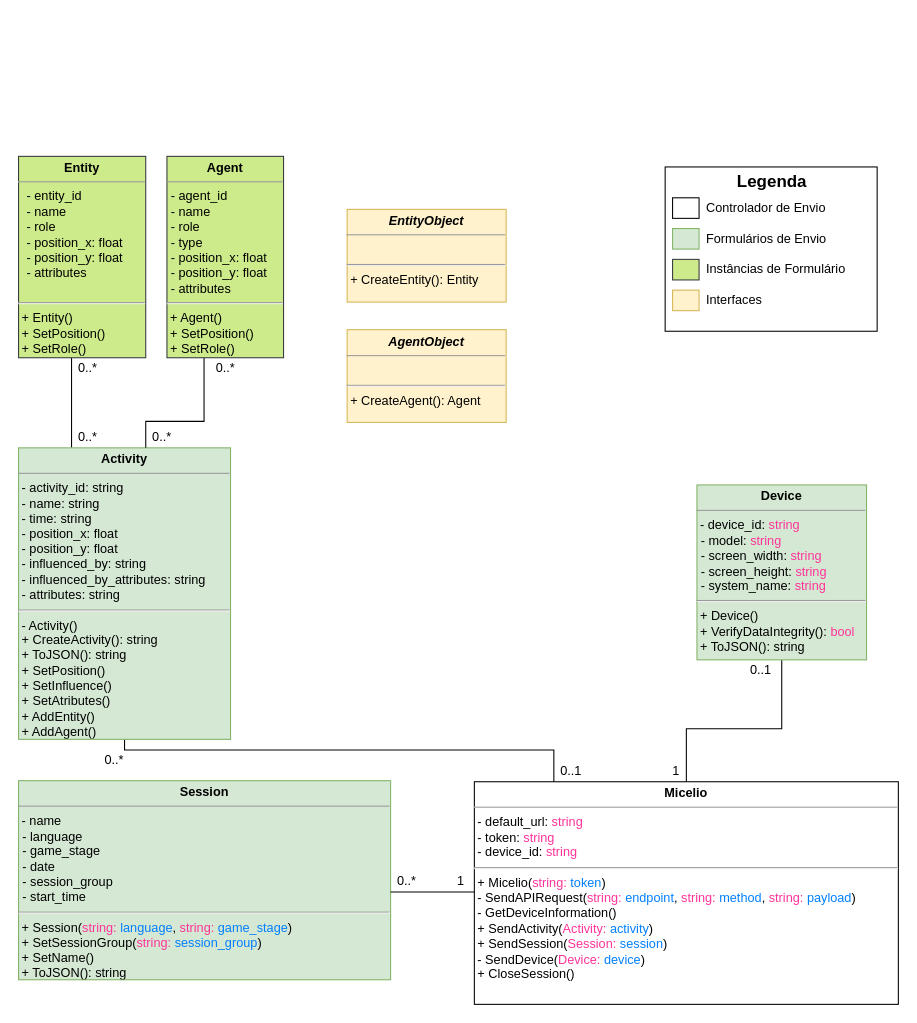
The draw.io diagram page "MicelioUnity Class Model" (5 of 6) of Documentation/Diagramas/Modelo De Dados Proveniencia.drawio in multisens/micelio, before the edit. Source tidied: cells renumbered, new cells numbered last; positions are measured from the earlier drawing's top-left corner, leaving out a move shared by most shapes. Both pictures are drawn from the tidied source at 106%, with x=0, y=0 at pixel (18, 18).
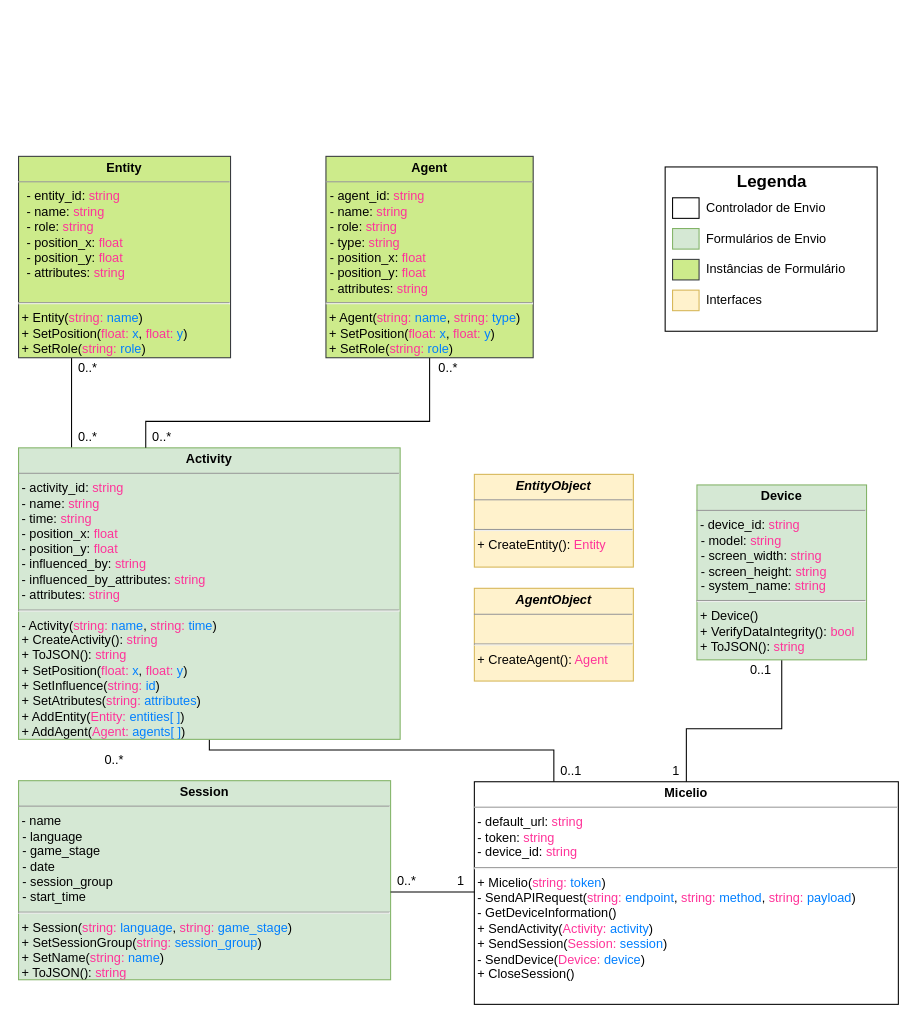
After the change.

Unchanged cells that the change refers to:
```xml
<mxCell id="15" style="group;" parent="1" vertex="1">
  <mxGeometry y="730" width="351" height="200" as="geometry" />
</mxCell>
```

Diff of the diagram source:
```diff
@@
-    <mxCell id="5" value="&lt;p style=&quot;margin: 0px ; margin-top: 4px ; text-align: center&quot;&gt;&lt;b&gt;Activity&lt;/b&gt;&lt;/p&gt;&lt;hr size=&quot;1&quot;&gt;&amp;nbsp;- activity_id: string&lt;br&gt;&amp;nbsp;- name: string&lt;br&gt;&amp;nbsp;- time: string&lt;br&gt;&amp;nbsp;- position_x: float&lt;br&gt;&amp;nbsp;- position_y: float&lt;br&gt;&amp;nbsp;- influenced_by: string&lt;br&gt;&amp;nbsp;- influenced_by_attributes: string&lt;br&gt;&amp;nbsp;- attributes: string&lt;br&gt;&lt;hr&gt;&amp;nbsp;- Activity()&lt;br&gt;&amp;nbsp;+ CreateActivity(): string&lt;br&gt;&amp;nbsp;+ ToJSON(): string&lt;br&gt;&amp;nbsp;+ SetPosition()&lt;br&gt;&amp;nbsp;+ SetInfluence()&lt;br&gt;&amp;nbsp;+ SetAtributes()&lt;br&gt;&amp;nbsp;+ AddEntity()&lt;br&gt;&amp;nbsp;+ AddAgent()" style="verticalAlign=top;align=left;overflow=fill;fontSize=12;fontFamily=Helvetica;html=1;glass=0;fillColor=#d5e8d4;strokeColor=#82b366;" parent="1" vertex="1">
-      <mxGeometry y="405" width="200" height="275" as="geometry" />
+    <mxCell id="5" value="&lt;p style=&quot;margin: 0px ; margin-top: 4px ; text-align: center&quot;&gt;&lt;b&gt;Activity&lt;/b&gt;&lt;/p&gt;&lt;hr size=&quot;1&quot;&gt;&amp;nbsp;- activity_id: &lt;font color=&quot;#ff3399&quot;&gt;string&lt;/font&gt;&lt;br&gt;&amp;nbsp;- name: &lt;font color=&quot;#ff3399&quot;&gt;string&lt;/font&gt;&lt;br&gt;&amp;nbsp;- time: &lt;font color=&quot;#ff3399&quot;&gt;string&lt;/font&gt;&lt;br&gt;&amp;nbsp;- position_x: &lt;font color=&quot;#ff3399&quot;&gt;float&lt;/font&gt;&lt;br&gt;&amp;nbsp;- position_y: &lt;font color=&quot;#ff3399&quot;&gt;float&lt;/font&gt;&lt;br&gt;&amp;nbsp;- influenced_by: &lt;font color=&quot;#ff3399&quot;&gt;string&lt;/font&gt;&lt;br&gt;&amp;nbsp;- influenced_by_attributes: &lt;font color=&quot;#ff3399&quot;&gt;string&lt;/font&gt;&lt;br&gt;&amp;nbsp;- attributes: &lt;font color=&quot;#ff3399&quot;&gt;string&lt;/font&gt;&lt;br&gt;&lt;hr&gt;&amp;nbsp;- Activity(&lt;span style=&quot;color: rgb(255 , 51 , 153)&quot;&gt;string:&amp;nbsp;&lt;/span&gt;&lt;font color=&quot;#007fff&quot;&gt;name&lt;/font&gt;,&amp;nbsp;&lt;span style=&quot;color: rgb(255 , 51 , 153)&quot;&gt;string:&amp;nbsp;&lt;/span&gt;&lt;font color=&quot;#007fff&quot;&gt;time&lt;/font&gt;)&lt;br&gt;&amp;nbsp;+ CreateActivity(): &lt;font color=&quot;#ff3399&quot;&gt;string&lt;/font&gt;&lt;br&gt;&amp;nbsp;+ ToJSON(): &lt;font color=&quot;#ff3399&quot;&gt;string&lt;/font&gt;&lt;br&gt;&amp;nbsp;+ SetPosition(&lt;span style=&quot;color: rgb(255 , 51 , 153)&quot;&gt;float:&amp;nbsp;&lt;/span&gt;&lt;font color=&quot;#007fff&quot;&gt;x&lt;/font&gt;,&amp;nbsp;&lt;span style=&quot;color: rgb(255 , 51 , 153)&quot;&gt;float:&amp;nbsp;&lt;/span&gt;&lt;font color=&quot;#007fff&quot;&gt;y&lt;/font&gt;)&lt;br&gt;&amp;nbsp;+ SetInfluence(&lt;span style=&quot;color: rgb(255 , 51 , 153)&quot;&gt;string:&amp;nbsp;&lt;/span&gt;&lt;font color=&quot;#007fff&quot;&gt;id&lt;/font&gt;)&lt;br&gt;&amp;nbsp;+ SetAtributes(&lt;span style=&quot;color: rgb(255 , 51 , 153)&quot;&gt;string:&amp;nbsp;&lt;/span&gt;&lt;font color=&quot;#007fff&quot;&gt;attributes&lt;/font&gt;)&lt;br&gt;&amp;nbsp;+ AddEntity(&lt;span style=&quot;color: rgb(255 , 51 , 153)&quot;&gt;Entity: &lt;/span&gt;&lt;font color=&quot;#007fff&quot;&gt;entities[ ]&lt;/font&gt;)&lt;br&gt;&amp;nbsp;+ AddAgent(&lt;span style=&quot;color: rgb(255 , 51 , 153)&quot;&gt;Agent:&amp;nbsp;&lt;/span&gt;&lt;font color=&quot;#007fff&quot;&gt;agents[ ]&lt;/font&gt;)" style="verticalAlign=top;align=left;overflow=fill;fontSize=12;fontFamily=Helvetica;html=1;glass=0;fillColor=#d5e8d4;strokeColor=#82b366;" parent="1" vertex="1">
+      <mxGeometry y="405" width="360" height="275" as="geometry" />
     </mxCell>
-    <mxCell id="6" value="&lt;p style=&quot;margin: 0px ; margin-top: 4px ; text-align: center&quot;&gt;&lt;b&gt;Entity&lt;/b&gt;&lt;/p&gt;&lt;hr size=&quot;1&quot;&gt;&lt;p style=&quot;margin: 0px 0px 0px 8px&quot;&gt;- entity_id&lt;/p&gt;&lt;p style=&quot;margin: 0px 0px 0px 8px&quot;&gt;- name&lt;br&gt;&lt;/p&gt;&lt;p style=&quot;margin: 0px 0px 0px 8px&quot;&gt;- role&lt;/p&gt;&lt;p style=&quot;margin: 0px 0px 0px 8px&quot;&gt;- position_x: float&lt;br&gt;- position_y: float&lt;br&gt;&lt;/p&gt;&lt;p style=&quot;margin: 0px 0px 0px 8px&quot;&gt;- attributes&lt;/p&gt;&lt;p style=&quot;margin: 0px 0px 0px 8px&quot;&gt;&lt;br&gt;&lt;/p&gt;&lt;hr&gt;&amp;nbsp;+ Entity()&lt;br&gt;&amp;nbsp;+ SetPosition()&lt;br&gt;&amp;nbsp;+ SetRole()&lt;br&gt;&amp;nbsp;" style="verticalAlign=top;align=left;overflow=fill;fontSize=12;fontFamily=Helvetica;html=1;glass=0;fillColor=#cdeb8b;strokeColor=#36393d;" parent="1" vertex="1">
-      <mxGeometry y="130" width="120" height="190" as="geometry" />
+    <mxCell id="6" value="&lt;p style=&quot;margin: 0px ; margin-top: 4px ; text-align: center&quot;&gt;&lt;b&gt;Entity&lt;/b&gt;&lt;/p&gt;&lt;hr size=&quot;1&quot;&gt;&lt;p style=&quot;margin: 0px 0px 0px 8px&quot;&gt;- entity_id: &lt;font color=&quot;#ff3399&quot;&gt;string&lt;/font&gt;&lt;/p&gt;&lt;p style=&quot;margin: 0px 0px 0px 8px&quot;&gt;- name: &lt;font color=&quot;#ff3399&quot;&gt;string&lt;/font&gt;&lt;br&gt;&lt;/p&gt;&lt;p style=&quot;margin: 0px 0px 0px 8px&quot;&gt;- role: &lt;font color=&quot;#ff3399&quot;&gt;string&lt;/font&gt;&lt;/p&gt;&lt;p style=&quot;margin: 0px 0px 0px 8px&quot;&gt;- position_x: &lt;font color=&quot;#ff3399&quot;&gt;float&lt;/font&gt;&lt;br&gt;- position_y: &lt;font color=&quot;#ff3399&quot;&gt;float&lt;/font&gt;&lt;br&gt;&lt;/p&gt;&lt;p style=&quot;margin: 0px 0px 0px 8px&quot;&gt;- attributes: &lt;font color=&quot;#ff3399&quot;&gt;string&lt;/font&gt;&lt;/p&gt;&lt;p style=&quot;margin: 0px 0px 0px 8px&quot;&gt;&lt;br&gt;&lt;/p&gt;&lt;hr&gt;&amp;nbsp;+ Entity(&lt;span style=&quot;color: rgb(255 , 51 , 153)&quot;&gt;string:&amp;nbsp;&lt;/span&gt;&lt;font color=&quot;#007fff&quot;&gt;name&lt;/font&gt;)&lt;br&gt;&amp;nbsp;+ SetPosition(&lt;span style=&quot;color: rgb(255 , 51 , 153)&quot;&gt;float:&amp;nbsp;&lt;/span&gt;&lt;font color=&quot;#007fff&quot;&gt;x&lt;/font&gt;,&amp;nbsp;&lt;span style=&quot;color: rgb(255 , 51 , 153)&quot;&gt;float:&amp;nbsp;&lt;/span&gt;&lt;font color=&quot;#007fff&quot;&gt;y&lt;/font&gt;)&lt;br&gt;&amp;nbsp;+ SetRole(&lt;span style=&quot;color: rgb(255 , 51 , 153)&quot;&gt;string:&amp;nbsp;&lt;/span&gt;&lt;font color=&quot;#007fff&quot;&gt;role&lt;/font&gt;)&lt;br&gt;&amp;nbsp;" style="verticalAlign=top;align=left;overflow=fill;fontSize=12;fontFamily=Helvetica;html=1;glass=0;fillColor=#cdeb8b;strokeColor=#36393d;" parent="1" vertex="1">
+      <mxGeometry y="130" width="200" height="190" as="geometry" />
     </mxCell>
     <mxCell id="7" style="edgeStyle=orthogonalEdgeStyle;rounded=0;jettySize=auto;html=1;endArrow=none;endFill=0;" parent="1" edge="1" source="18" target="5">
       <mxGeometry relative="1" as="geometry">
         <Array as="points">
-          <mxPoint x="175" y="380" />
+          <mxPoint x="388" y="380" />
           <mxPoint x="120" y="380" />
         </Array>
       </mxGeometry>
     </mxCell>
@@
-    <mxCell id="16" value="&lt;p style=&quot;margin: 0px ; margin-top: 4px ; text-align: center&quot;&gt;&lt;b&gt;Session&lt;/b&gt;&lt;/p&gt;&lt;hr size=&quot;1&quot;&gt;&amp;nbsp;-&amp;nbsp;name&lt;br&gt;&lt;p style=&quot;margin: 0px 0px 0px 4px&quot;&gt;- language&lt;br&gt;&lt;/p&gt;&lt;p style=&quot;margin: 0px 0px 0px 4px&quot;&gt;- game_stage&lt;/p&gt;&lt;p style=&quot;margin: 0px 0px 0px 4px&quot;&gt;- date&lt;/p&gt;&lt;p style=&quot;margin: 0px 0px 0px 4px&quot;&gt;- session_group&lt;/p&gt;&lt;p style=&quot;margin: 0px 0px 0px 4px&quot;&gt;- start_time&lt;/p&gt;&lt;hr&gt;&amp;nbsp;+ Session(&lt;span style=&quot;color: rgb(255 , 51 , 153)&quot;&gt;string: &lt;/span&gt;&lt;font color=&quot;#007fff&quot;&gt;language&lt;/font&gt;,&amp;nbsp;&lt;span style=&quot;color: rgb(255 , 51 , 153)&quot;&gt;string: &lt;/span&gt;&lt;font color=&quot;#007fff&quot;&gt;game_stage&lt;/font&gt;)&lt;br&gt;&amp;nbsp;+ SetSessionGroup(&lt;span style=&quot;color: rgb(255 , 51 , 153)&quot;&gt;string:&amp;nbsp;&lt;/span&gt;&lt;font color=&quot;#007fff&quot;&gt;session_group&lt;/font&gt;)&lt;br&gt;&amp;nbsp;+ SetName()&lt;br&gt;&amp;nbsp;+ ToJSON(): string&lt;br&gt;&amp;nbsp;" style="verticalAlign=top;align=left;overflow=fill;fontSize=12;fontFamily=Helvetica;html=1;glass=0;fillColor=#d5e8d4;strokeColor=#82b366;" parent="15" vertex="1">
+    <mxCell id="16" value="&lt;p style=&quot;margin: 0px ; margin-top: 4px ; text-align: center&quot;&gt;&lt;b&gt;Session&lt;/b&gt;&lt;/p&gt;&lt;hr size=&quot;1&quot;&gt;&amp;nbsp;-&amp;nbsp;name&lt;br&gt;&lt;p style=&quot;margin: 0px 0px 0px 4px&quot;&gt;- language&lt;br&gt;&lt;/p&gt;&lt;p style=&quot;margin: 0px 0px 0px 4px&quot;&gt;- game_stage&lt;/p&gt;&lt;p style=&quot;margin: 0px 0px 0px 4px&quot;&gt;- date&lt;/p&gt;&lt;p style=&quot;margin: 0px 0px 0px 4px&quot;&gt;- session_group&lt;/p&gt;&lt;p style=&quot;margin: 0px 0px 0px 4px&quot;&gt;- start_time&lt;/p&gt;&lt;hr&gt;&amp;nbsp;+ Session(&lt;span style=&quot;color: rgb(255 , 51 , 153)&quot;&gt;string: &lt;/span&gt;&lt;font color=&quot;#007fff&quot;&gt;language&lt;/font&gt;,&amp;nbsp;&lt;span style=&quot;color: rgb(255 , 51 , 153)&quot;&gt;string: &lt;/span&gt;&lt;font color=&quot;#007fff&quot;&gt;game_stage&lt;/font&gt;)&lt;br&gt;&amp;nbsp;+ SetSessionGroup(&lt;span style=&quot;color: rgb(255 , 51 , 153)&quot;&gt;string:&amp;nbsp;&lt;/span&gt;&lt;font color=&quot;#007fff&quot;&gt;session_group&lt;/font&gt;)&lt;br&gt;&amp;nbsp;+ SetName(&lt;span style=&quot;color: rgb(255 , 51 , 153)&quot;&gt;string:&amp;nbsp;&lt;/span&gt;&lt;font color=&quot;#007fff&quot;&gt;name&lt;/font&gt;)&lt;br&gt;&amp;nbsp;+ ToJSON(): &lt;font color=&quot;#ff3399&quot;&gt;string&lt;/font&gt;&lt;br&gt;&amp;nbsp;" style="verticalAlign=top;align=left;overflow=fill;fontSize=12;fontFamily=Helvetica;html=1;glass=0;fillColor=#d5e8d4;strokeColor=#82b366;" parent="15" vertex="1">
       <mxGeometry y="-11" width="351" height="187.8" as="geometry" />
     </mxCell>
     <mxCell id="17" style="group;" parent="1" vertex="1">
-      <mxGeometry x="140" y="160" width="140" height="160" as="geometry" />
+      <mxGeometry x="290" y="160" width="230" height="160" as="geometry" />
     </mxCell>
-    <mxCell id="18" value="&lt;p style=&quot;margin: 0px ; margin-top: 4px ; text-align: center&quot;&gt;&lt;b&gt;Agent&lt;/b&gt;&lt;/p&gt;&lt;hr size=&quot;1&quot;&gt;&lt;p style=&quot;margin: 0px 0px 0px 4px&quot;&gt;- agent_id&lt;/p&gt;&lt;p style=&quot;margin: 0px 0px 0px 4px&quot;&gt;- name&lt;/p&gt;&lt;p style=&quot;margin: 0px 0px 0px 4px&quot;&gt;- role&lt;/p&gt;&lt;p style=&quot;margin: 0px 0px 0px 4px&quot;&gt;- type&lt;/p&gt;&lt;p style=&quot;margin: 0px 0px 0px 4px&quot;&gt;- position_x: float&lt;br&gt;- position_y: float&lt;br&gt;&lt;/p&gt;&lt;p style=&quot;margin: 0px 0px 0px 4px&quot;&gt;&lt;span&gt;- attributes&lt;/span&gt;&lt;br&gt;&lt;/p&gt;&lt;hr&gt;&amp;nbsp;+ Agent()&lt;br&gt;&amp;nbsp;+ SetPosition()&lt;br&gt;&amp;nbsp;+ SetRole()" style="verticalAlign=top;align=left;overflow=fill;fontSize=12;fontFamily=Helvetica;html=1;glass=0;fillColor=#cdeb8b;strokeColor=#36393d;" parent="17" vertex="1">
-      <mxGeometry y="-30" width="110" height="190" as="geometry" />
+    <mxCell id="18" value="&lt;p style=&quot;margin: 0px ; margin-top: 4px ; text-align: center&quot;&gt;&lt;b&gt;Agent&lt;/b&gt;&lt;/p&gt;&lt;hr size=&quot;1&quot;&gt;&lt;p style=&quot;margin: 0px 0px 0px 4px&quot;&gt;- agent_id: &lt;font color=&quot;#ff3399&quot;&gt;string&lt;/font&gt;&lt;/p&gt;&lt;p style=&quot;margin: 0px 0px 0px 4px&quot;&gt;- name: &lt;font color=&quot;#ff3399&quot;&gt;string&lt;/font&gt;&lt;/p&gt;&lt;p style=&quot;margin: 0px 0px 0px 4px&quot;&gt;- role: &lt;font color=&quot;#ff3399&quot;&gt;string&lt;/font&gt;&lt;/p&gt;&lt;p style=&quot;margin: 0px 0px 0px 4px&quot;&gt;- type: &lt;font color=&quot;#ff3399&quot;&gt;string&lt;/font&gt;&lt;/p&gt;&lt;p style=&quot;margin: 0px 0px 0px 4px&quot;&gt;- position_x: &lt;font color=&quot;#ff3399&quot;&gt;float&lt;/font&gt;&lt;br&gt;- position_y: &lt;font color=&quot;#ff3399&quot;&gt;float&lt;/font&gt;&lt;br&gt;&lt;/p&gt;&lt;p style=&quot;margin: 0px 0px 0px 4px&quot;&gt;- attributes: &lt;font color=&quot;#ff3399&quot;&gt;string&lt;/font&gt;&lt;br&gt;&lt;/p&gt;&lt;hr&gt;&amp;nbsp;+ Agent(&lt;span style=&quot;color: rgb(255 , 51 , 153)&quot;&gt;string:&amp;nbsp;&lt;/span&gt;&lt;font color=&quot;#007fff&quot;&gt;name&lt;/font&gt;,&amp;nbsp;&lt;span style=&quot;color: rgb(255 , 51 , 153)&quot;&gt;string: &lt;/span&gt;&lt;font color=&quot;#007fff&quot;&gt;type&lt;/font&gt;)&lt;br&gt;&amp;nbsp;+ SetPosition(&lt;span style=&quot;color: rgb(255 , 51 , 153)&quot;&gt;float:&amp;nbsp;&lt;/span&gt;&lt;font color=&quot;#007fff&quot;&gt;x&lt;/font&gt;,&amp;nbsp;&lt;span style=&quot;color: rgb(255 , 51 , 153)&quot;&gt;float:&amp;nbsp;&lt;/span&gt;&lt;font color=&quot;#007fff&quot;&gt;y&lt;/font&gt;)&lt;br&gt;&amp;nbsp;+ SetRole(&lt;span style=&quot;color: rgb(255 , 51 , 153)&quot;&gt;string:&amp;nbsp;&lt;/span&gt;&lt;font color=&quot;#007fff&quot;&gt;role&lt;/font&gt;)" style="verticalAlign=top;align=left;overflow=fill;fontSize=12;fontFamily=Helvetica;html=1;glass=0;fillColor=#cdeb8b;strokeColor=#36393d;" parent="17" vertex="1">
+      <mxGeometry y="-30" width="195.5" height="190" as="geometry" />
     </mxCell>
@@
     <mxCell id="22" value="0..*" style="text;html=1;align=center;verticalAlign=middle;" parent="1" vertex="1">
-      <mxGeometry x="180" y="320" width="30" height="20" as="geometry" />
+      <mxGeometry x="390" y="320" width="30" height="20" as="geometry" />
     </mxCell>
-    <mxCell id="23" value="&lt;p style=&quot;margin: 0px ; margin-top: 4px ; text-align: center&quot;&gt;&lt;b&gt;Device&lt;/b&gt;&lt;/p&gt;&lt;hr size=&quot;1&quot;&gt;&amp;nbsp;-&amp;nbsp;device_id:&amp;nbsp;&lt;font color=&quot;#ff3399&quot;&gt;string&lt;/font&gt;&lt;p style=&quot;margin: 0px 0px 0px 4px&quot;&gt;- model: &lt;font color=&quot;#ff3399&quot;&gt;string&lt;/font&gt;&amp;nbsp;&lt;/p&gt;&lt;p style=&quot;margin: 0px 0px 0px 4px&quot;&gt;- screen_width: &lt;font color=&quot;#ff3399&quot;&gt;string&lt;/font&gt;&lt;/p&gt;&lt;p style=&quot;margin: 0px 0px 0px 4px&quot;&gt;- screen_height: &lt;font color=&quot;#ff3399&quot;&gt;string&lt;/font&gt;&lt;/p&gt;&lt;p style=&quot;margin: 0px 0px 0px 4px&quot;&gt;- system_name: &lt;font color=&quot;#ff3399&quot;&gt;string&lt;/font&gt;&lt;/p&gt;&lt;hr&gt;&amp;nbsp;+ Device()&lt;br&gt;&amp;nbsp;+ VerifyDataIntegrity():&amp;nbsp;&lt;span style=&quot;color: rgb(255 , 51 , 153)&quot;&gt;bool&lt;/span&gt;&lt;br&gt;&amp;nbsp;+ ToJSON(): string" style="verticalAlign=top;align=left;overflow=fill;fontSize=12;fontFamily=Helvetica;html=1;glass=0;fillColor=#d5e8d4;strokeColor=#82b366;" parent="1" vertex="1">
+    <mxCell id="23" value="&lt;p style=&quot;margin: 0px ; margin-top: 4px ; text-align: center&quot;&gt;&lt;b&gt;Device&lt;/b&gt;&lt;/p&gt;&lt;hr size=&quot;1&quot;&gt;&amp;nbsp;-&amp;nbsp;device_id:&amp;nbsp;&lt;font color=&quot;#ff3399&quot;&gt;string&lt;/font&gt;&lt;p style=&quot;margin: 0px 0px 0px 4px&quot;&gt;- model: &lt;font color=&quot;#ff3399&quot;&gt;string&lt;/font&gt;&amp;nbsp;&lt;/p&gt;&lt;p style=&quot;margin: 0px 0px 0px 4px&quot;&gt;- screen_width: &lt;font color=&quot;#ff3399&quot;&gt;string&lt;/font&gt;&lt;/p&gt;&lt;p style=&quot;margin: 0px 0px 0px 4px&quot;&gt;- screen_height: &lt;font color=&quot;#ff3399&quot;&gt;string&lt;/font&gt;&lt;/p&gt;&lt;p style=&quot;margin: 0px 0px 0px 4px&quot;&gt;- system_name: &lt;font color=&quot;#ff3399&quot;&gt;string&lt;/font&gt;&lt;/p&gt;&lt;hr&gt;&amp;nbsp;+ Device()&lt;br&gt;&amp;nbsp;+ VerifyDataIntegrity():&amp;nbsp;&lt;span style=&quot;color: rgb(255 , 51 , 153)&quot;&gt;bool&lt;/span&gt;&lt;br&gt;&amp;nbsp;+ ToJSON(): &lt;font color=&quot;#ff3399&quot;&gt;string&lt;/font&gt;" style="verticalAlign=top;align=left;overflow=fill;fontSize=12;fontFamily=Helvetica;html=1;glass=0;fillColor=#d5e8d4;strokeColor=#82b366;" parent="1" vertex="1">
       <mxGeometry x="640" y="440" width="160" height="165" as="geometry" />
     </mxCell>
@@
-    <mxCell id="37" value="&lt;p style=&quot;margin: 0px ; margin-top: 4px ; text-align: center&quot;&gt;&lt;b&gt;&lt;i&gt;EntityObject&lt;/i&gt;&lt;/b&gt;&lt;/p&gt;&lt;hr size=&quot;1&quot;&gt;&amp;nbsp;&lt;br&gt;&lt;hr&gt;&amp;nbsp;+ CreateEntity(): Entity&lt;br&gt;&amp;nbsp;" style="verticalAlign=top;align=left;overflow=fill;fontSize=12;fontFamily=Helvetica;html=1;glass=0;fillColor=#fff2cc;strokeColor=#d6b656;" parent="1" vertex="1">
-      <mxGeometry x="310" y="180" width="150" height="87.5" as="geometry" />
+    <mxCell id="37" value="&lt;p style=&quot;margin: 0px ; margin-top: 4px ; text-align: center&quot;&gt;&lt;b&gt;&lt;i&gt;EntityObject&lt;/i&gt;&lt;/b&gt;&lt;/p&gt;&lt;hr size=&quot;1&quot;&gt;&amp;nbsp;&lt;br&gt;&lt;hr&gt;&amp;nbsp;+ CreateEntity(): &lt;font color=&quot;#ff3399&quot;&gt;Entity&lt;/font&gt;&lt;br&gt;&amp;nbsp;" style="verticalAlign=top;align=left;overflow=fill;fontSize=12;fontFamily=Helvetica;html=1;glass=0;fillColor=#fff2cc;strokeColor=#d6b656;" parent="1" vertex="1">
+      <mxGeometry x="430" y="430" width="150" height="87.5" as="geometry" />
     </mxCell>
-    <mxCell id="38" value="&lt;p style=&quot;margin: 0px ; margin-top: 4px ; text-align: center&quot;&gt;&lt;b&gt;&lt;i&gt;AgentObject&lt;/i&gt;&lt;/b&gt;&lt;/p&gt;&lt;hr size=&quot;1&quot;&gt;&amp;nbsp;&lt;br&gt;&lt;hr&gt;&amp;nbsp;+ CreateAgent(): Agent&lt;br&gt;&amp;nbsp;" style="verticalAlign=top;align=left;overflow=fill;fontSize=12;fontFamily=Helvetica;html=1;glass=0;fillColor=#fff2cc;strokeColor=#d6b656;" parent="1" vertex="1">
-      <mxGeometry x="310" y="293.5" width="150" height="87.5" as="geometry" />
+    <mxCell id="38" value="&lt;p style=&quot;margin: 0px ; margin-top: 4px ; text-align: center&quot;&gt;&lt;b&gt;&lt;i&gt;AgentObject&lt;/i&gt;&lt;/b&gt;&lt;/p&gt;&lt;hr size=&quot;1&quot;&gt;&amp;nbsp;&lt;br&gt;&lt;hr&gt;&amp;nbsp;+ CreateAgent(): &lt;font color=&quot;#ff3399&quot;&gt;Agent&lt;/font&gt;&lt;br&gt;&amp;nbsp;" style="verticalAlign=top;align=left;overflow=fill;fontSize=12;fontFamily=Helvetica;html=1;glass=0;fillColor=#fff2cc;strokeColor=#d6b656;" parent="1" vertex="1">
+      <mxGeometry x="430" y="537.5" width="150" height="87.5" as="geometry" />
     </mxCell>
```
